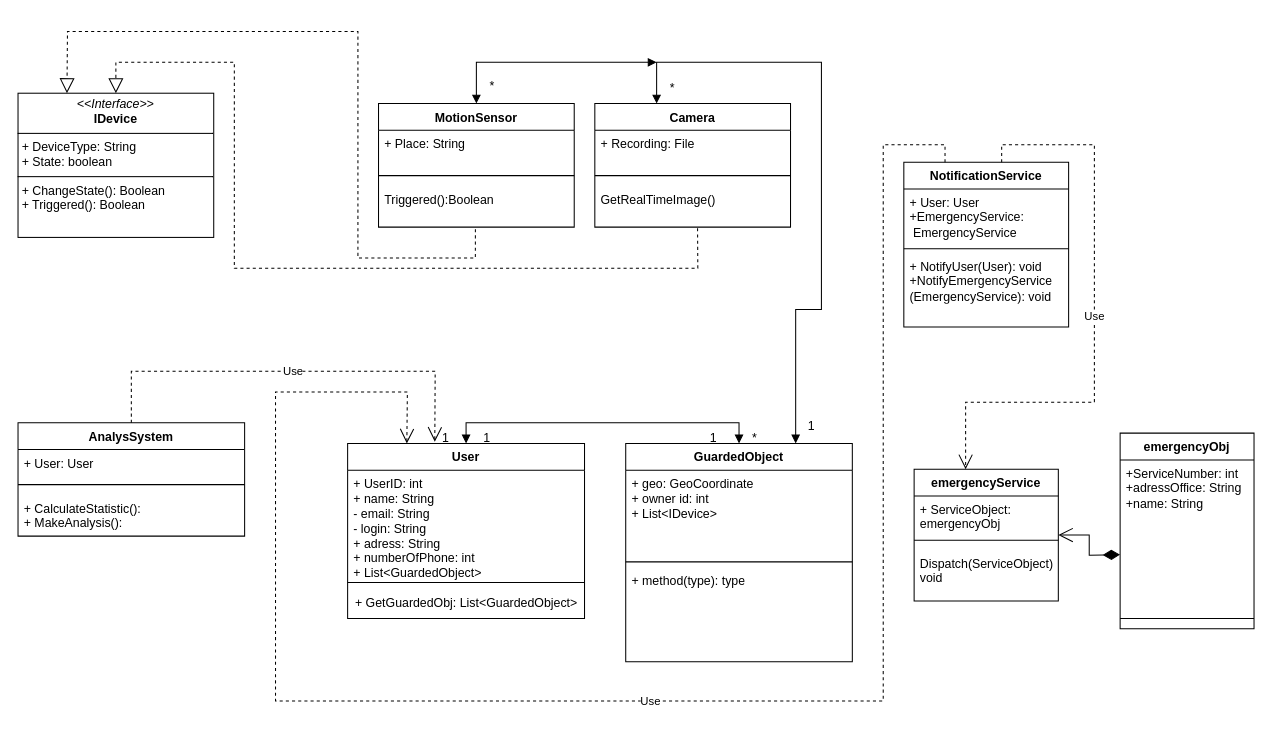
This is Laba6/6лб.drawio from xEmiliaN/istu-software-engineering, a draw.io file, before an edit. Source tidied: cells renumbered, new cells numbered last; positions are measured from the earlier drawing's top-left corner, leaving out a move shared by most shapes. Both pictures are drawn from the tidied source at 103%, with x=0, y=0 at pixel (18, 31).
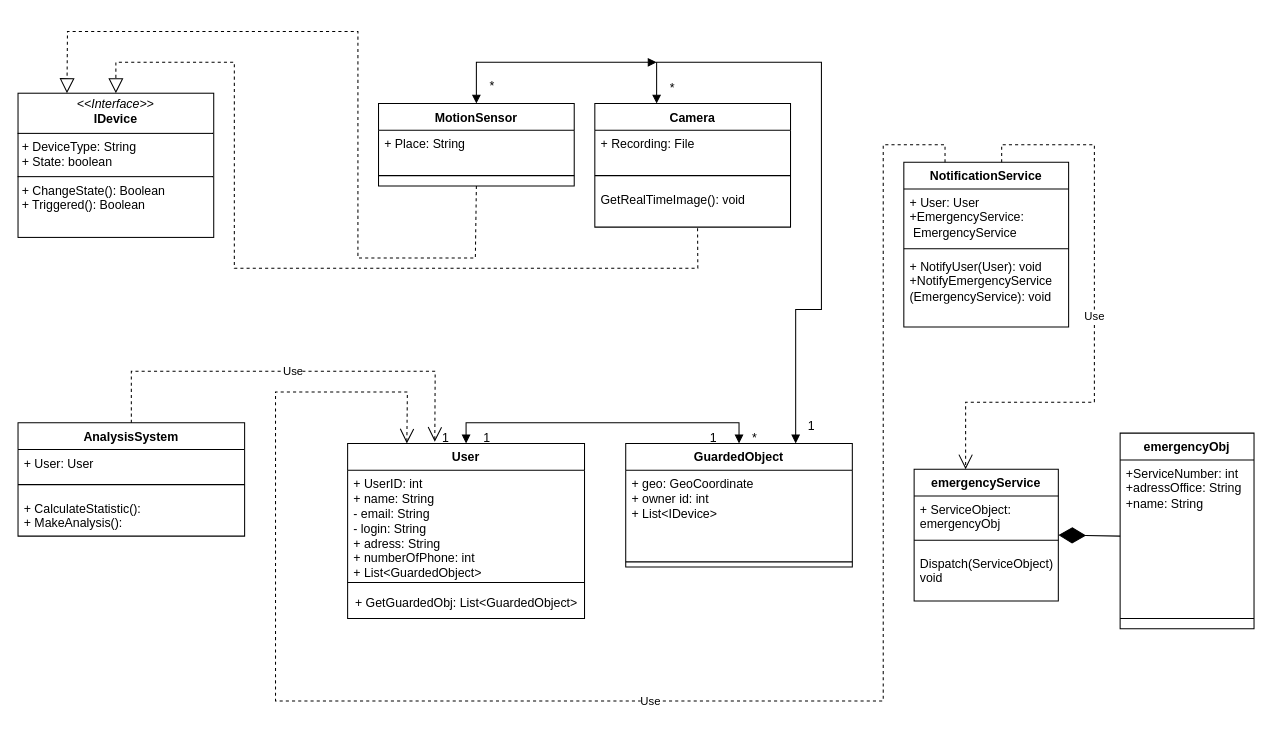
After the change.

The change refers to these unchanged cells:
```xml
<mxCell id="11" value="&lt;div&gt;+ServiceNumber: int&lt;/div&gt;&lt;div&gt;+adressOffice: String&lt;/div&gt;&lt;div&gt;+name: String&lt;/div&gt;&lt;div&gt;&lt;br&gt;&lt;/div&gt;&lt;div&gt;&lt;br&gt;&lt;/div&gt;&lt;div&gt;&lt;br&gt;&lt;/div&gt;" style="text;strokeColor=none;fillColor=none;align=left;verticalAlign=top;spacingLeft=4;spacingRight=4;overflow=hidden;points=[[0,0.5],[1,0.5]];portConstraint=eastwest;whiteSpace=wrap;html=1;" parent="10" vertex="1">
  <mxGeometry y="26" width="130" height="144" as="geometry" />
</mxCell>
<mxCell id="17" value="emergencyService" style="swimlane;fontStyle=1;align=center;verticalAlign=top;horizontal=1;startSize=26;whiteSpace=wrap;html=1;" parent="1" vertex="1">
  <mxGeometry x="870" y="425" width="140" height="128" as="geometry" />
</mxCell>
<mxCell id="21" value="&lt;p style=&quot;margin:0px;margin-top:4px;text-align:center;&quot;&gt;&lt;i&gt;&amp;lt;&amp;lt;Interface&amp;gt;&amp;gt;&lt;/i&gt;&lt;br&gt;&lt;b&gt;IDevice&lt;/b&gt;&lt;/p&gt;&lt;hr size=&quot;1&quot; style=&quot;border-style:solid;&quot;&gt;&lt;p style=&quot;margin:0px;margin-left:4px;&quot;&gt;+ DeviceType: String&lt;br&gt;+ State: boolean&lt;/p&gt;&lt;hr size=&quot;1&quot; style=&quot;border-style:solid;&quot;&gt;&lt;p style=&quot;margin:0px;margin-left:4px;&quot;&gt;+ ChangeState(): Boolean&lt;br&gt;+ Triggered(): Boolean&lt;/p&gt;" style="verticalAlign=top;align=left;overflow=fill;html=1;whiteSpace=wrap;" parent="1" vertex="1">
  <mxGeometry y="60" width="190" height="140" as="geometry" />
</mxCell>
<mxCell id="23" value="Camera" style="swimlane;fontStyle=1;align=center;verticalAlign=top;horizontal=1;startSize=26;whiteSpace=wrap;html=1;" parent="1" vertex="1">
  <mxGeometry x="560" y="70" width="190" height="120" as="geometry" />
</mxCell>
```

What changed in the source:
```diff
@@
     <mxCell id="2" value="GuardedObject" style="swimlane;fontStyle=1;align=center;verticalAlign=top;horizontal=1;startSize=26;whiteSpace=wrap;html=1;" parent="1" vertex="1">
-      <mxGeometry x="590" y="400" width="220" height="212" as="geometry" />
+      <mxGeometry x="590" y="400" width="220" height="120" as="geometry" />
     </mxCell>
@@
-    <mxCell id="5" value="+ method(type): type" style="text;strokeColor=none;fillColor=none;align=left;verticalAlign=top;spacingLeft=4;spacingRight=4;overflow=hidden;whiteSpace=wrap;html=1;" parent="2" vertex="1">
-      <mxGeometry y="120" width="220" height="92" as="geometry" />
-    </mxCell>
@@
-    <mxCell id="13" value="AnalysSystem" style="swimlane;fontStyle=1;align=center;verticalAlign=top;horizontal=1;startSize=26;whiteSpace=wrap;html=1;" parent="1" vertex="1">
+    <mxCell id="13" value="AnalysisSystem" style="swimlane;fontStyle=1;align=center;verticalAlign=top;horizontal=1;startSize=26;whiteSpace=wrap;html=1;" parent="1" vertex="1">
       <mxGeometry y="380" width="220" height="110" as="geometry" />
     </mxCell>
@@
-    <mxCell id="22" style="endArrow=open;html=1;endSize=12;startArrow=diamondThin;startSize=14;startFill=1;edgeStyle=orthogonalEdgeStyle;align=left;verticalAlign=bottom;rounded=0;exitX=0;exitY=0.5;exitDx=0;exitDy=0;entryX=1;entryY=0.5;entryDx=0;entryDy=0;" parent="1" edge="1" target="17">
-      <mxGeometry x="-1" y="3" relative="1" as="geometry">
-        <mxPoint x="1070" y="508" as="sourcePoint" />
-      </mxGeometry>
-    </mxCell>
@@
-    <mxCell id="26" value="&lt;div&gt;&lt;div&gt;GetRealTimeImage()&lt;/div&gt;&lt;/div&gt;" style="text;strokeColor=none;fillColor=none;align=left;verticalAlign=top;spacingLeft=4;spacingRight=4;overflow=hidden;points=[[0,0.5],[1,0.5]];portConstraint=eastwest;whiteSpace=wrap;html=1;" parent="23" vertex="1">
+    <mxCell id="26" value="&lt;div&gt;&lt;div&gt;GetRealTimeImage(): void&lt;/div&gt;&lt;/div&gt;" style="text;strokeColor=none;fillColor=none;align=left;verticalAlign=top;spacingLeft=4;spacingRight=4;overflow=hidden;points=[[0,0.5],[1,0.5]];portConstraint=eastwest;whiteSpace=wrap;html=1;" parent="23" vertex="1">
       <mxGeometry y="80" width="190" height="40" as="geometry" />
     </mxCell>
     <mxCell id="27" value="MotionSensor" style="swimlane;fontStyle=1;align=center;verticalAlign=top;horizontal=1;startSize=26;whiteSpace=wrap;html=1;" parent="1" vertex="1">
-      <mxGeometry x="350" y="70" width="190" height="120" as="geometry" />
+      <mxGeometry x="350" y="70" width="190" height="80" as="geometry" />
     </mxCell>
@@
-    <mxCell id="30" value="Triggered():Boolean" style="text;strokeColor=none;fillColor=none;align=left;verticalAlign=top;spacingLeft=4;spacingRight=4;overflow=hidden;points=[[0,0.5],[1,0.5]];portConstraint=eastwest;whiteSpace=wrap;html=1;" parent="27" vertex="1">
-      <mxGeometry y="80" width="190" height="40" as="geometry" />
-    </mxCell>
@@
-    <mxCell id="32" style="endArrow=block;dashed=1;endFill=0;endSize=12;html=1;rounded=0;exitX=0.495;exitY=1.05;exitDx=0;exitDy=0;exitPerimeter=0;entryX=0.25;entryY=0;entryDx=0;entryDy=0;" parent="1" edge="1" source="30" target="21">
+    <mxCell id="32" style="endArrow=block;dashed=1;endFill=0;endSize=12;html=1;rounded=0;exitX=0.5;exitY=1;exitDx=0;exitDy=0;entryX=0.25;entryY=0;entryDx=0;entryDy=0;" parent="1" edge="1" source="27" target="21">
       <mxGeometry relative="1" as="geometry">
         <Array as="points">
           <mxPoint x="444" y="220" />
           <mxPoint x="330" y="220" />
           <mxPoint x="330" />
           <mxPoint x="48" />
         </Array>
       </mxGeometry>
     </mxCell>
@@
+    <mxCell id="50" style="endArrow=diamondThin;endFill=1;endSize=24;html=1;rounded=0;exitX=0;exitY=0.514;exitDx=0;exitDy=0;exitPerimeter=0;entryX=1;entryY=0.5;entryDx=0;entryDy=0;" parent="1" edge="1" source="11" target="17">
+      <mxGeometry relative="1" as="geometry" />
+    </mxCell>
```
